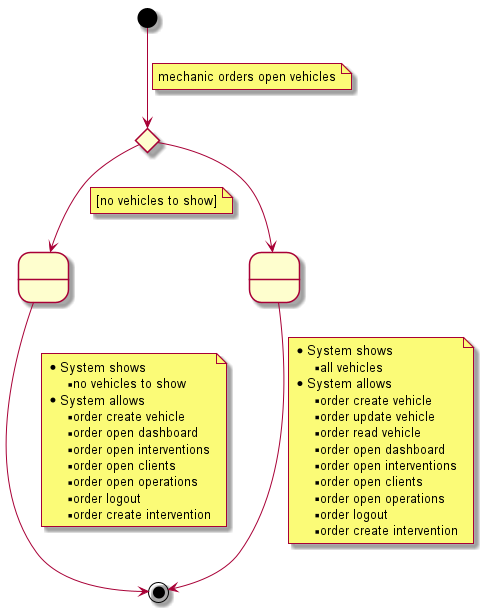
This is documentation/1requiremets/usecases_specification/png/openVehicles.png from Ruskab/agrimManager, a PlantUML export, as it was before one commit. The source it was exported from:
```plantuml
@startuml

state 1 <<choice>>
state 2 as " "
state 4 as " "

[*] --> 1
note on link
    mechanic orders open vehicles
end note

1 --> 2
note on link
    [no vehicles to show]
end note

1 --> 4

4 --> [*]
note on link
    * System shows
    ** all vehicles
    * System allows
    ** order create vehicle
    ** order update vehicle
    ** order read vehicle
    ** order open dashboard
    ** order open interventions
    ** order open clients
    ** order open operations
    ** order logout
    ** order create intervention
end note

2 --> [*]
note on link
    * System shows
    ** no vehicles to show
    * System allows
    ** order create vehicle
    ** order open dashboard
    ** order open interventions
    ** order open clients
    ** order open operations
    ** order logout
    ** order create intervention
end note

@enduml
```
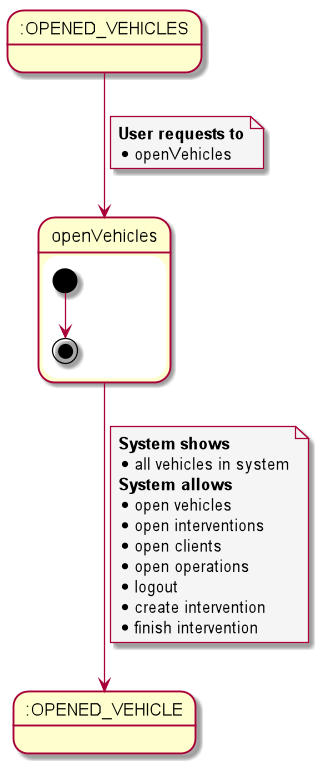
After the change.

Change to the diagram source:
```diff
@@ -1,49 +1,36 @@
 @startuml
+skinparam {
+        NoteBackgroundColor #whiteSmoke
+}
 
-state 1 <<choice>>
-state 2 as " "
-state 4 as " "
+state startState as ":OPENED_VEHICLES"
+state endState as ":OPENED_VEHICLE"
 
-[*] --> 1
+startState --> openVehicles
 note on link
-    mechanic orders open vehicles
+<b>User requests to</b>
+* openVehicles
 end note
 
-1 --> 2
+state openVehicles {
+
+[*] --> [*]
+
+
+}
+
+openVehicles --> endState
 note on link
-    [no vehicles to show]
-end note
-
-1 --> 4
-
-4 --> [*]
-note on link
-    * System shows
-    ** all vehicles
-    * System allows
-    ** order create vehicle
-    ** order update vehicle
-    ** order read vehicle
-    ** order open dashboard
-    ** order open interventions
-    ** order open clients
-    ** order open operations
-    ** order logout
-    ** order create intervention
-end note
-
-2 --> [*]
-note on link
-    * System shows
-    ** no vehicles to show
-    * System allows
-    ** order create vehicle
-    ** order open dashboard
-    ** order open interventions
-    ** order open clients
-    ** order open operations
-    ** order logout
-    ** order create intervention
+<b>System shows
+* all vehicles in system
+<b>System allows
+* open vehicles
+* open interventions
+* open clients
+* open operations
+* logout
+* create intervention
+* finish intervention
 end note
 
 @enduml
```
